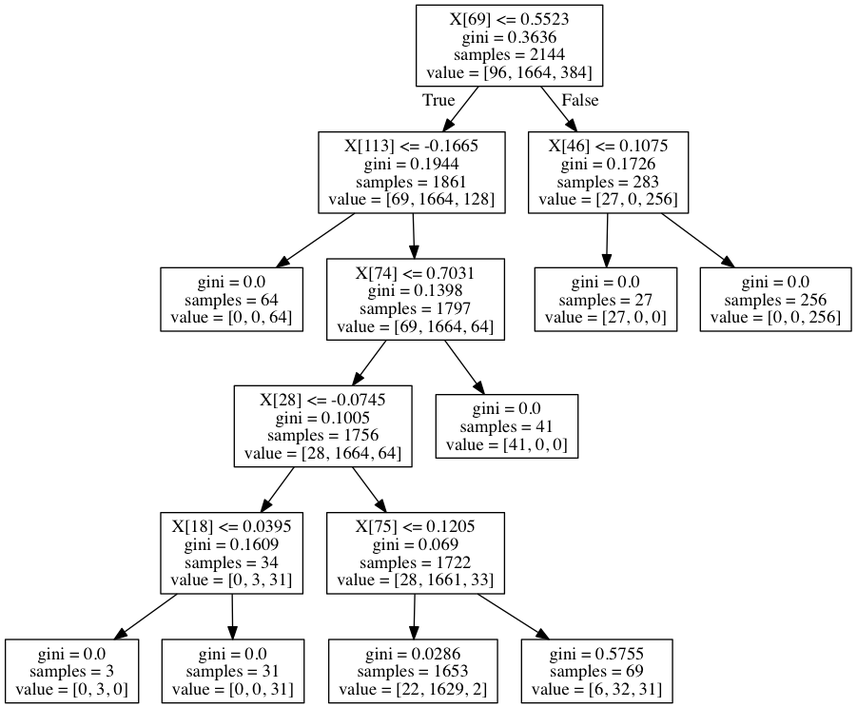
Before: tree.png, a diagram exported from Graphviz (kuanliang/image-processing). Its source is kept beside it as tree.dot.
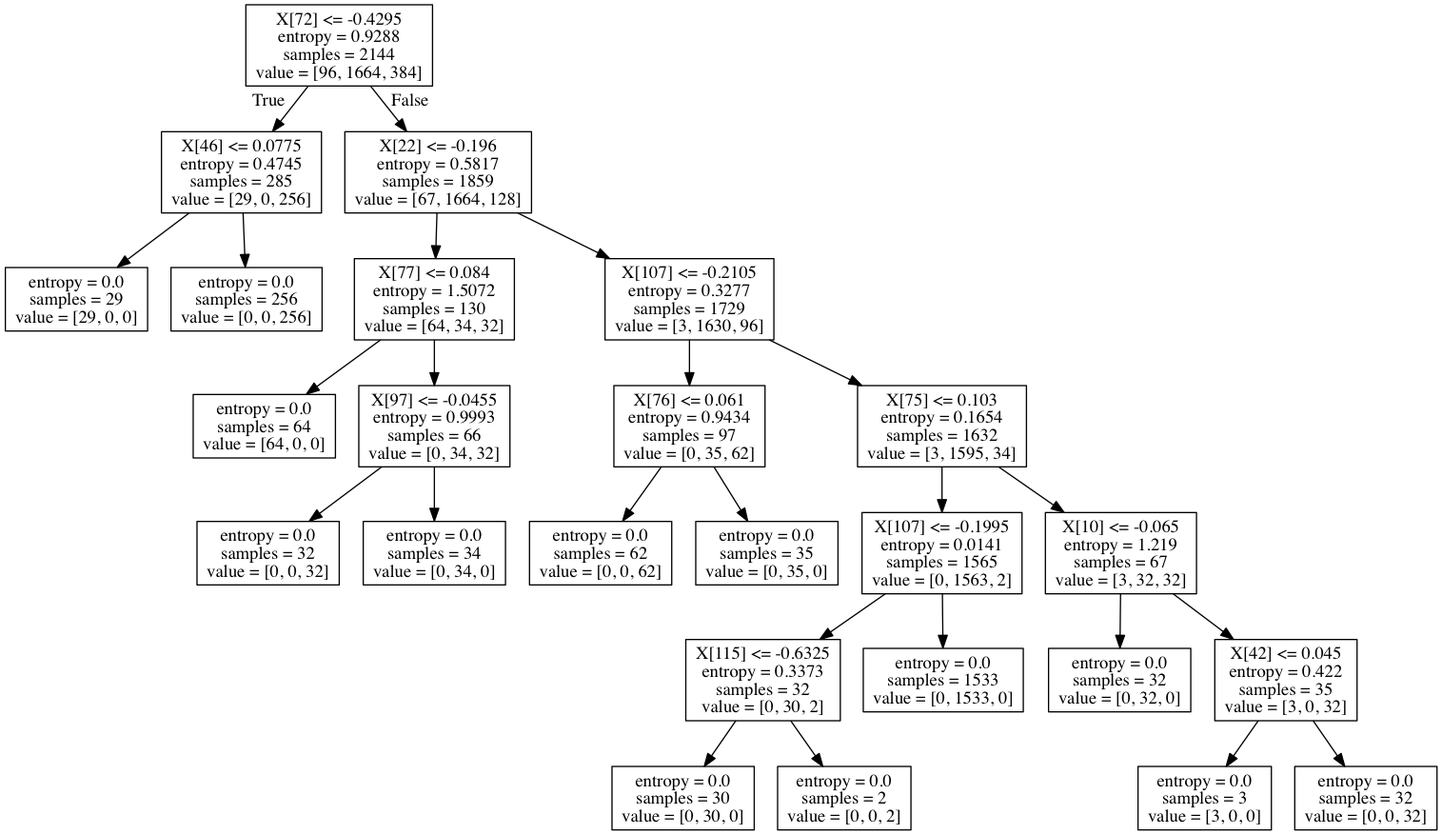
The same diagram one commit later.

The edit, as a diff of the source:
```diff
@@ -1,32 +1,52 @@
 digraph Tree {
 node [shape=box] ;
-0 [label="X[69] <= 0.5523\ngini = 0.3636\nsamples = 2144\nvalue = [96, 1664, 384]"] ;
-1 [label="X[113] <= -0.1665\ngini = 0.1944\nsamples = 1861\nvalue = [69, 1664, 128]"] ;
+0 [label="X[72] <= -0.4295\nentropy = 0.9288\nsamples = 2144\nvalue = [96, 1664, 384]"] ;
+1 [label="X[46] <= 0.0775\nentropy = 0.4745\nsamples = 285\nvalue = [29, 0, 256]"] ;
 0 -> 1 [labeldistance=2.5, labelangle=45, headlabel="True"] ;
-2 [label="gini = 0.0\nsamples = 64\nvalue = [0, 0, 64]"] ;
+2 [label="entropy = 0.0\nsamples = 29\nvalue = [29, 0, 0]"] ;
 1 -> 2 ;
-3 [label="X[74] <= 0.7031\ngini = 0.1398\nsamples = 1797\nvalue = [69, 1664, 64]"] ;
+3 [label="entropy = 0.0\nsamples = 256\nvalue = [0, 0, 256]"] ;
 1 -> 3 ;
-4 [label="X[28] <= -0.0745\ngini = 0.1005\nsamples = 1756\nvalue = [28, 1664, 64]"] ;
-3 -> 4 ;
-5 [label="X[18] <= 0.0395\ngini = 0.1609\nsamples = 34\nvalue = [0, 3, 31]"] ;
+4 [label="X[22] <= -0.196\nentropy = 0.5817\nsamples = 1859\nvalue = [67, 1664, 128]"] ;
+0 -> 4 [labeldistance=2.5, labelangle=-45, headlabel="False"] ;
+5 [label="X[77] <= 0.084\nentropy = 1.5072\nsamples = 130\nvalue = [64, 34, 32]"] ;
 4 -> 5 ;
-6 [label="gini = 0.0\nsamples = 3\nvalue = [0, 3, 0]"] ;
+6 [label="entropy = 0.0\nsamples = 64\nvalue = [64, 0, 0]"] ;
 5 -> 6 ;
-7 [label="gini = 0.0\nsamples = 31\nvalue = [0, 0, 31]"] ;
+7 [label="X[97] <= -0.0455\nentropy = 0.9993\nsamples = 66\nvalue = [0, 34, 32]"] ;
 5 -> 7 ;
-8 [label="X[75] <= 0.1205\ngini = 0.069\nsamples = 1722\nvalue = [28, 1661, 33]"] ;
-4 -> 8 ;
-9 [label="gini = 0.0286\nsamples = 1653\nvalue = [22, 1629, 2]"] ;
-8 -> 9 ;
-10 [label="gini = 0.5755\nsamples = 69\nvalue = [6, 32, 31]"] ;
-8 -> 10 ;
-11 [label="gini = 0.0\nsamples = 41\nvalue = [41, 0, 0]"] ;
-3 -> 11 ;
-12 [label="X[46] <= 0.1075\ngini = 0.1726\nsamples = 283\nvalue = [27, 0, 256]"] ;
-0 -> 12 [labeldistance=2.5, labelangle=-45, headlabel="False"] ;
-13 [label="gini = 0.0\nsamples = 27\nvalue = [27, 0, 0]"] ;
-12 -> 13 ;
-14 [label="gini = 0.0\nsamples = 256\nvalue = [0, 0, 256]"] ;
-12 -> 14 ;
+8 [label="entropy = 0.0\nsamples = 32\nvalue = [0, 0, 32]"] ;
+7 -> 8 ;
+9 [label="entropy = 0.0\nsamples = 34\nvalue = [0, 34, 0]"] ;
+7 -> 9 ;
+10 [label="X[107] <= -0.2105\nentropy = 0.3277\nsamples = 1729\nvalue = [3, 1630, 96]"] ;
+4 -> 10 ;
+11 [label="X[76] <= 0.061\nentropy = 0.9434\nsamples = 97\nvalue = [0, 35, 62]"] ;
+10 -> 11 ;
+12 [label="entropy = 0.0\nsamples = 62\nvalue = [0, 0, 62]"] ;
+11 -> 12 ;
+13 [label="entropy = 0.0\nsamples = 35\nvalue = [0, 35, 0]"] ;
+11 -> 13 ;
+14 [label="X[75] <= 0.103\nentropy = 0.1654\nsamples = 1632\nvalue = [3, 1595, 34]"] ;
+10 -> 14 ;
+15 [label="X[107] <= -0.1995\nentropy = 0.0141\nsamples = 1565\nvalue = [0, 1563, 2]"] ;
+14 -> 15 ;
+16 [label="X[115] <= -0.6325\nentropy = 0.3373\nsamples = 32\nvalue = [0, 30, 2]"] ;
+15 -> 16 ;
+17 [label="entropy = 0.0\nsamples = 30\nvalue = [0, 30, 0]"] ;
+16 -> 17 ;
+18 [label="entropy = 0.0\nsamples = 2\nvalue = [0, 0, 2]"] ;
+16 -> 18 ;
+19 [label="entropy = 0.0\nsamples = 1533\nvalue = [0, 1533, 0]"] ;
+15 -> 19 ;
+20 [label="X[10] <= -0.065\nentropy = 1.219\nsamples = 67\nvalue = [3, 32, 32]"] ;
+14 -> 20 ;
+21 [label="entropy = 0.0\nsamples = 32\nvalue = [0, 32, 0]"] ;
+20 -> 21 ;
+22 [label="X[42] <= 0.045\nentropy = 0.422\nsamples = 35\nvalue = [3, 0, 32]"] ;
+20 -> 22 ;
+23 [label="entropy = 0.0\nsamples = 3\nvalue = [3, 0, 0]"] ;
+22 -> 23 ;
+24 [label="entropy = 0.0\nsamples = 32\nvalue = [0, 0, 32]"] ;
+22 -> 24 ;
 }
```
